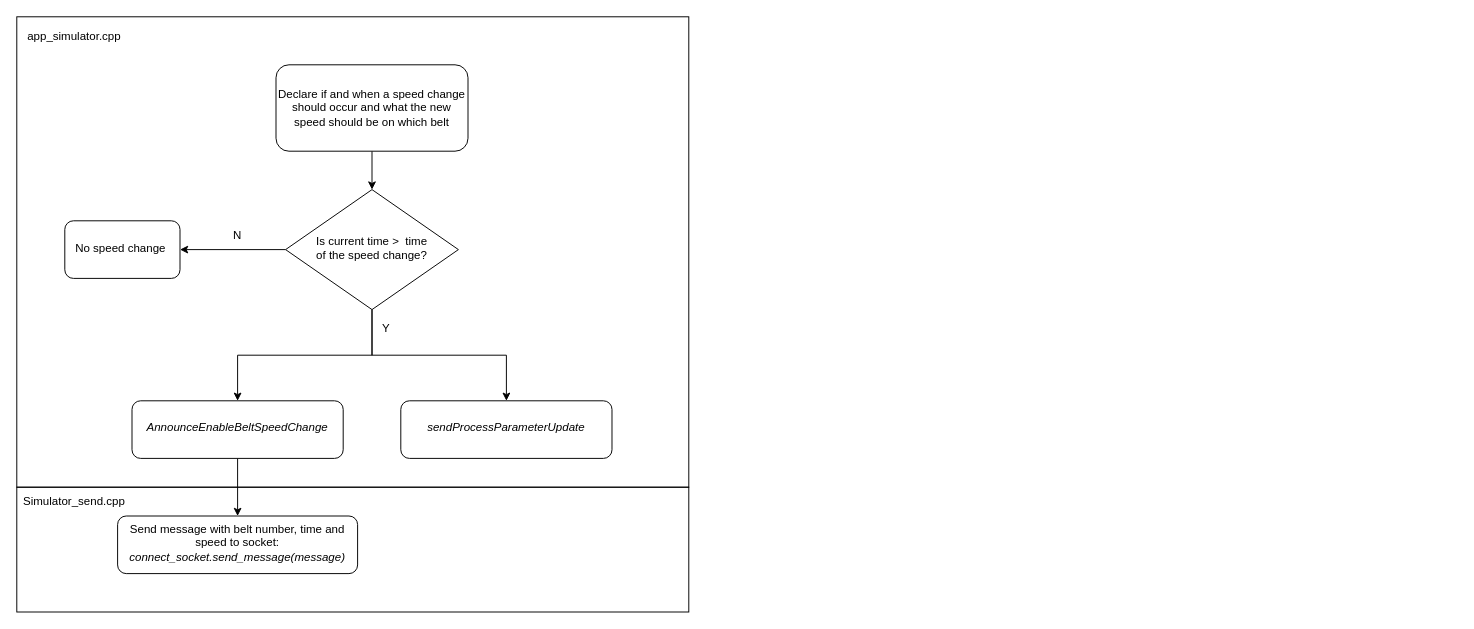
Earlier version of the draw.io diagram SpeedChangeSimFlow.drawio (evelinedrijver/Thesis). Source tidied: cells renumbered, new cells numbered last; positions are measured from the earlier drawing's top-left corner, leaving out a move shared by most shapes. Both pictures are drawn from the tidied source at 96%, with x=0, y=0 at pixel (16, 16).
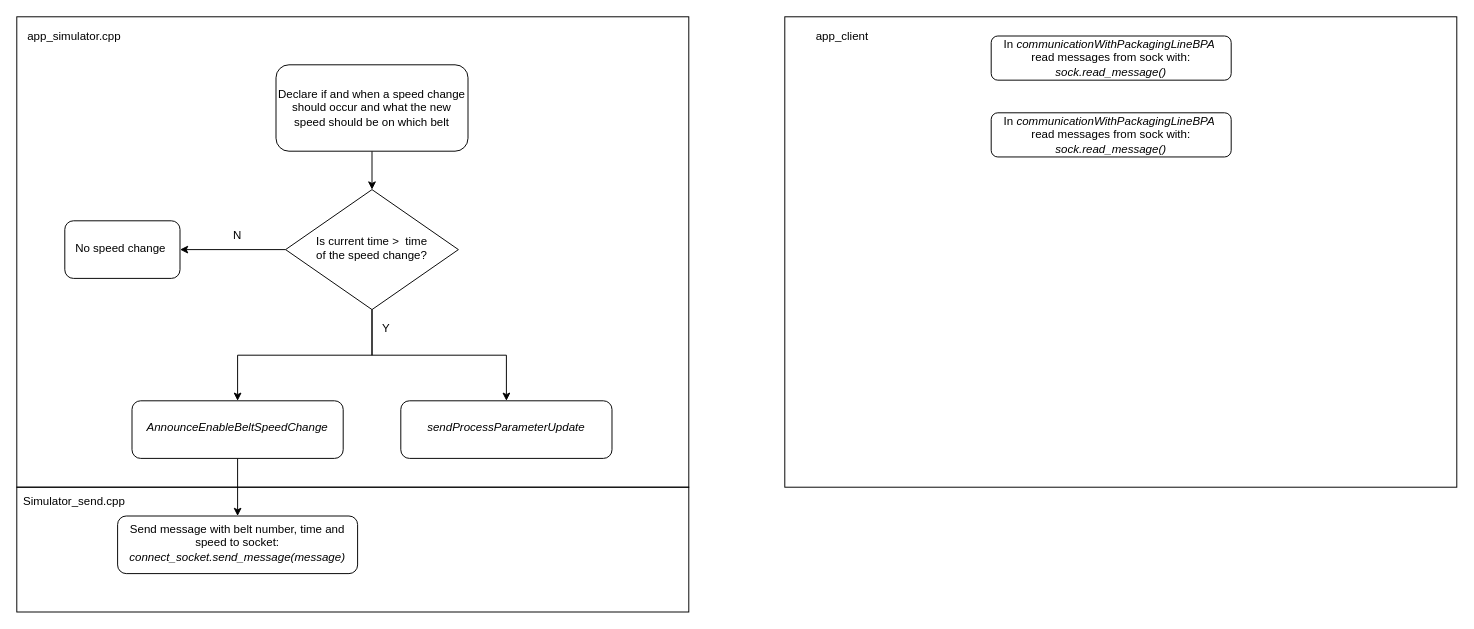
The same page after the edit.

What changed in the source:
```diff
@@
+    <mxCell id="19" style="whiteSpace=wrap;html=1;fillColor=none;" parent="1" vertex="1">
+      <mxGeometry x="800" width="700" height="490" as="geometry" />
+    </mxCell>
+    <mxCell id="20" value="app_client" style="text;html=1;strokeColor=none;fillColor=none;align=center;verticalAlign=middle;whiteSpace=wrap;rounded=0;" parent="1" vertex="1">
+      <mxGeometry x="830" y="6" width="60" height="30" as="geometry" />
+    </mxCell>
+    <mxCell id="21" value="In&amp;nbsp;&lt;i&gt;communicationWithPackagingLineBPA&amp;nbsp;&lt;/i&gt;&lt;br&gt;read messages from sock with:&lt;br&gt;&lt;i&gt;sock.read_message()&lt;/i&gt;" style="rounded=1;whiteSpace=wrap;html=1;fontSize=12;glass=0;strokeWidth=1;shadow=0;" parent="1" vertex="1">
+      <mxGeometry x="1015" y="20" width="250" height="46" as="geometry" />
+    </mxCell>
+    <mxCell id="22" value="In&amp;nbsp;&lt;i&gt;communicationWithPackagingLineBPA&amp;nbsp;&lt;/i&gt;&lt;br&gt;read messages from sock with:&lt;br&gt;&lt;i&gt;sock.read_message()&lt;/i&gt;" style="rounded=1;whiteSpace=wrap;html=1;fontSize=12;glass=0;strokeWidth=1;shadow=0;" parent="1" vertex="1">
+      <mxGeometry x="1015" y="100" width="250" height="46" as="geometry" />
+    </mxCell>
```
